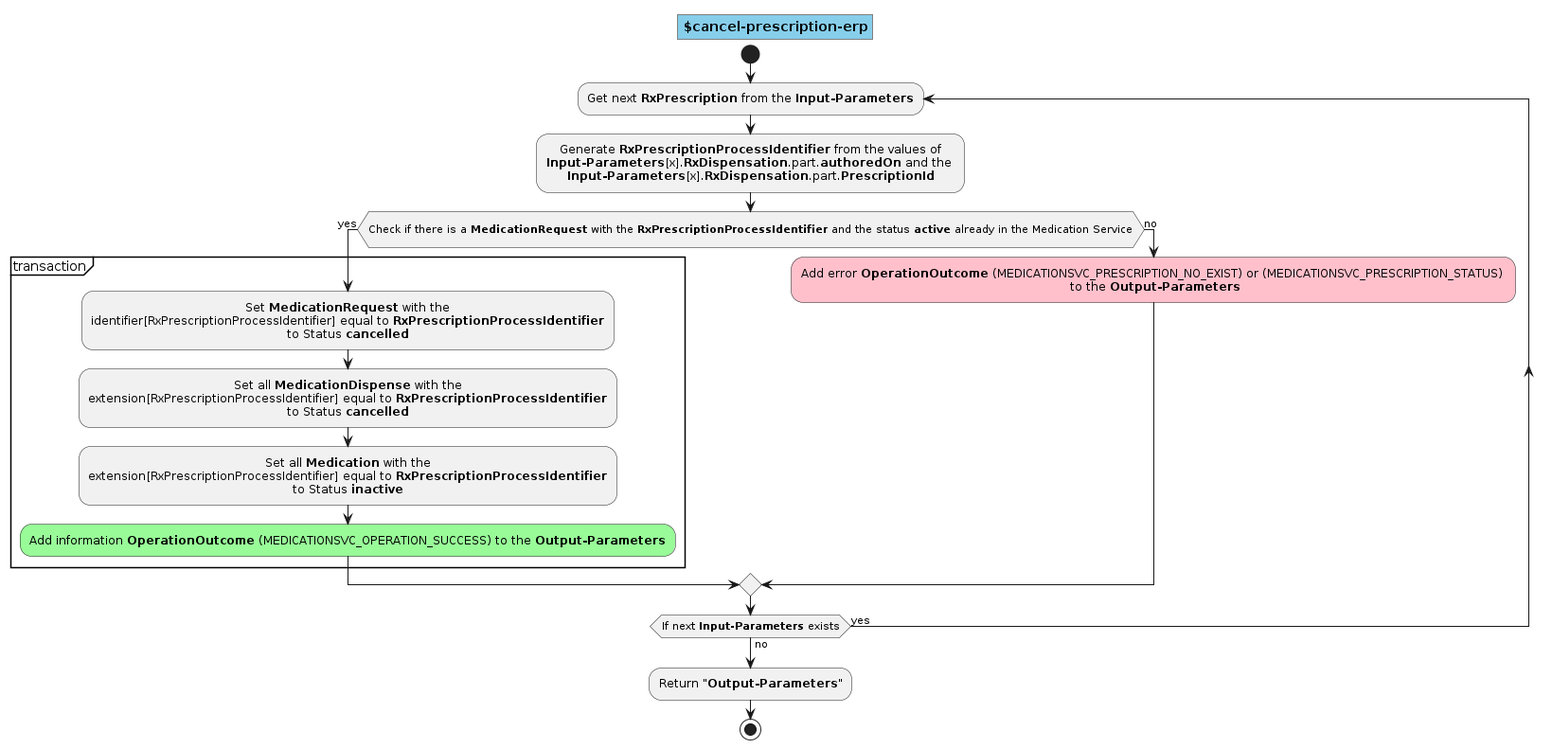
Earlier version of the PlantUML export images/plantuml/operation.cancel-prescription-erp.png (gematik/ePA-Medication).
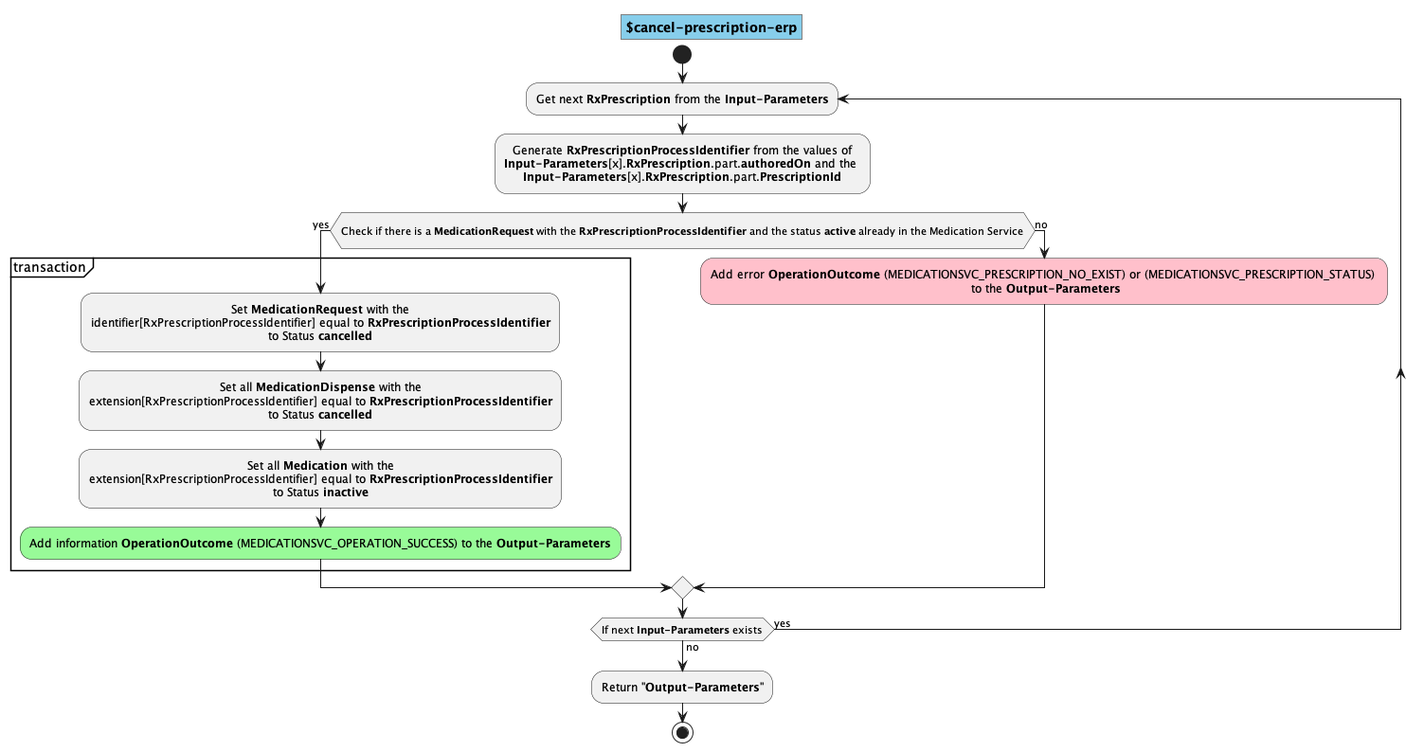
Above is the later version.

What changed in the source:
```diff
@@ -11,8 +11,8 @@
   repeat:Get next <b>RxPrescription</b> from the <b>Input-Parameters</b>;
 
     :Generate <b>RxPrescriptionProcessIdentifier</b> from the values of
-    <b>Input-Parameters</b>[x].<b>RxDispensation</b>.part.<b>authoredOn</b> and the
-    <b>Input-Parameters</b>[x].<b>RxDispensation</b>.part.<b>PrescriptionId</b>;
+    <b>Input-Parameters</b>[x].<b>RxPrescription</b>.part.<b>authoredOn</b> and the
+    <b>Input-Parameters</b>[x].<b>RxPrescription</b>.part.<b>PrescriptionId</b>;
 
     if(\rCheck if there is a <b>MedicationRequest</b> with the <b>RxPrescriptionProcessIdentifier</b> and the status <b>active</b> already in the Medication Service\r) then (yes)
 
```
